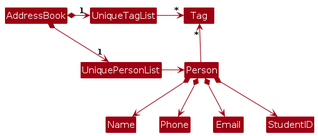
Before: diagrams/BetterModelClassDiagram.png, a diagram exported from PlantUML (AY2526S1-CS2103T-F13-4/tp). Its source is kept beside it as diagrams/BetterModelClassDiagram.puml. Its diagram source:
```plantuml
@startuml
!include style.puml
skinparam arrowThickness 1.1
skinparam arrowColor MODEL_COLOR
skinparam classBackgroundColor MODEL_COLOR

AddressBook *-right-> "1" UniquePersonList
AddressBook *-right-> "1" UniqueTagList
UniqueTagList -[hidden]down- UniquePersonList
UniqueTagList -[hidden]down- UniquePersonList

UniqueTagList -right-> "*" Tag
UniquePersonList -right-> Person

Person -up-> "*" Tag

Person *--> Name
Person *--> Phone
Person *--> Email
Person *--> StudentID
@enduml
```
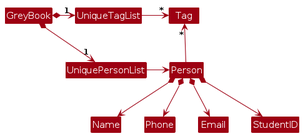
After the commit.

What changed in the source:
```diff
@@ -4,8 +4,8 @@
 skinparam arrowColor MODEL_COLOR
 skinparam classBackgroundColor MODEL_COLOR
 
-AddressBook *-right-> "1" UniquePersonList
-AddressBook *-right-> "1" UniqueTagList
+GreyBook *-right-> "1" UniquePersonList
+GreyBook *-right-> "1" UniqueTagList
 UniqueTagList -[hidden]down- UniquePersonList
 UniqueTagList -[hidden]down- UniquePersonList
 
```
